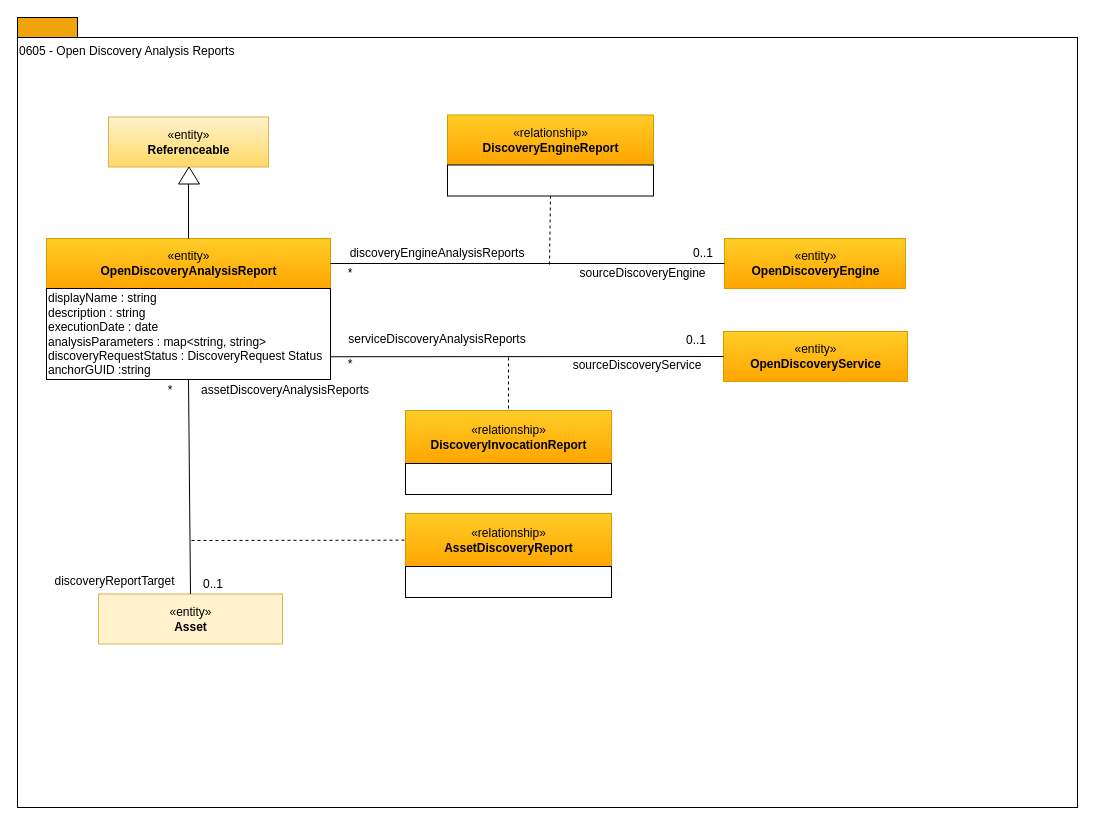
The draw.io diagram page "0605 - Discovery Analysis Reports" (5 of 18) of open-metadata-publication/website/open-metadata-types/area-6-discovery.drawio in planetf1/egeria, before the edit. Source tidied: cells renumbered, new cells numbered last; positions are measured from the earlier drawing's top-left corner, leaving out a move shared by most shapes. Both pictures are drawn from the tidied source at 100%, with x=0, y=0 at pixel (17, 17).
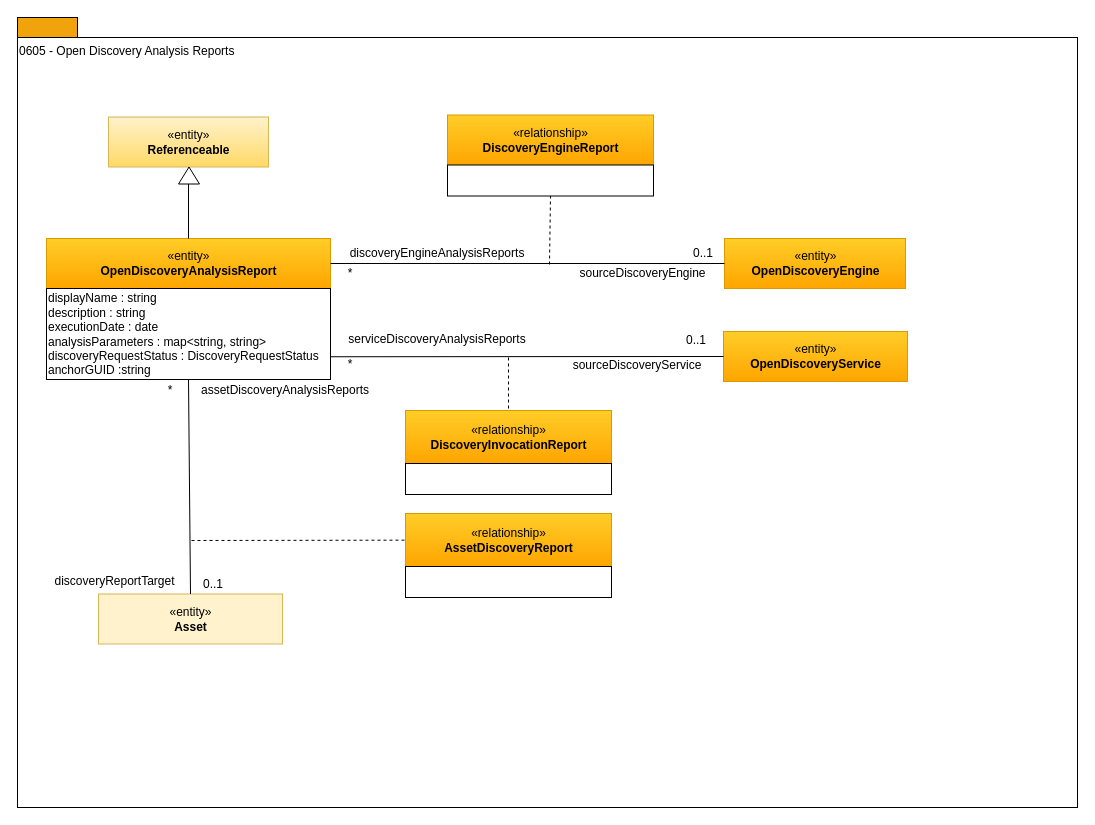
Above is the later version.

Change to the diagram source:
```diff
@@
-    <mxCell id="5" value="displayName : string&lt;br&gt;description : string&lt;br&gt;executionDate : date&lt;br&gt;&lt;div style=&quot;text-align: left&quot;&gt;&lt;span&gt;analysisParameters : map&amp;lt;string, string&amp;gt;&lt;/span&gt;&lt;/div&gt;&lt;div style=&quot;text-align: left&quot;&gt;&lt;span&gt;discoveryRequestStatus : DiscoveryRequest Status&lt;/span&gt;&lt;/div&gt;&lt;div style=&quot;text-align: left&quot;&gt;&lt;span&gt;anchorGUID :string&lt;/span&gt;&lt;/div&gt;" style="rounded=0;whiteSpace=wrap;html=1;strokeColor=#000000;gradientColor=#ffffff;align=left;" parent="1" vertex="1">
+    <mxCell id="5" value="displayName : string&lt;br&gt;description : string&lt;br&gt;executionDate : date&lt;br&gt;&lt;div style=&quot;text-align: left&quot;&gt;&lt;span&gt;analysisParameters : map&amp;lt;string, string&amp;gt;&lt;/span&gt;&lt;/div&gt;&lt;div style=&quot;text-align: left&quot;&gt;&lt;span&gt;discoveryRequestStatus : DiscoveryRequestStatus&lt;/span&gt;&lt;/div&gt;&lt;div style=&quot;text-align: left&quot;&gt;&lt;span&gt;anchorGUID :string&lt;/span&gt;&lt;/div&gt;" style="rounded=0;whiteSpace=wrap;html=1;strokeColor=#000000;gradientColor=#ffffff;align=left;" parent="1" vertex="1">
       <mxGeometry x="29" y="271" width="284" height="91" as="geometry" />
     </mxCell>
```
